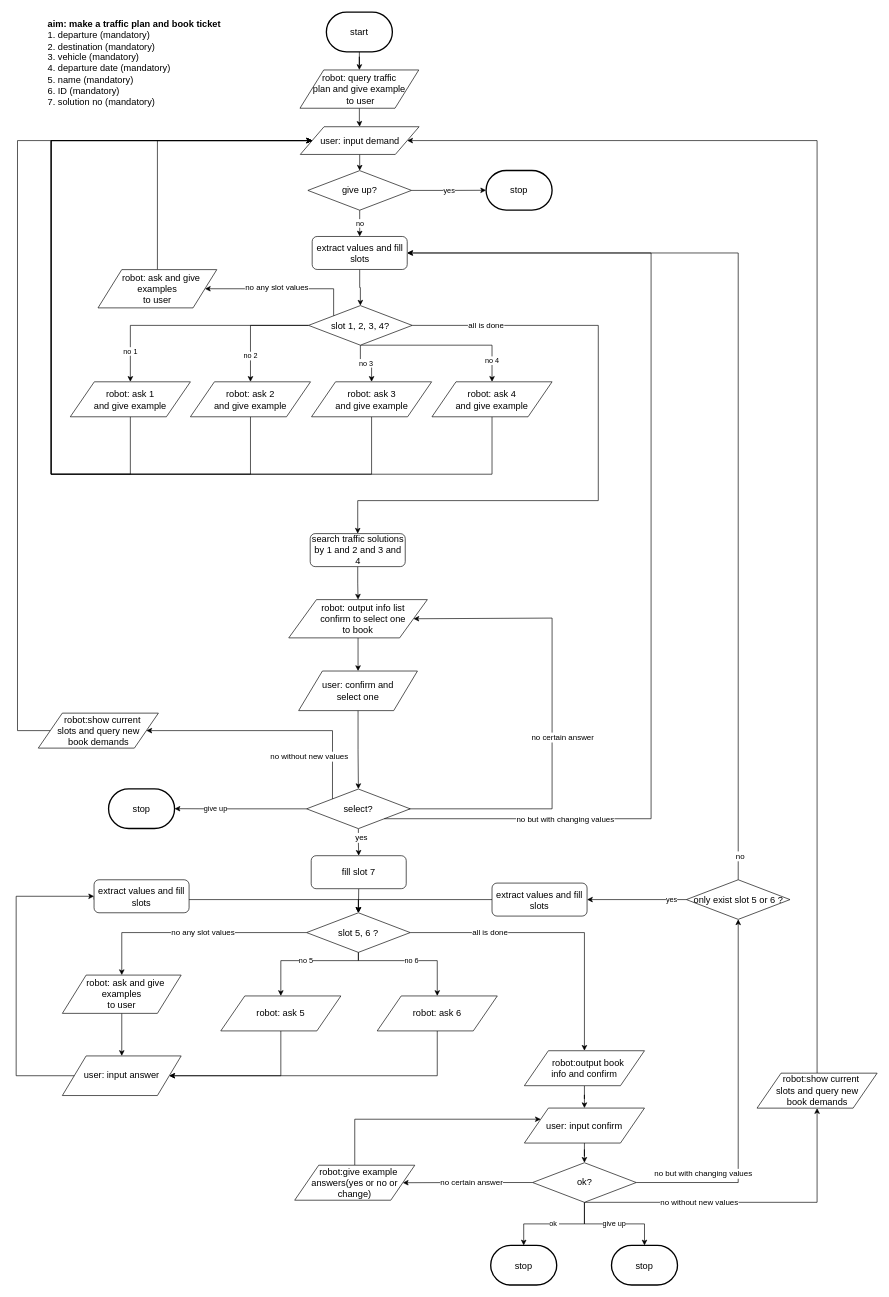
Earlier version of the draw.io diagram flow_diagram/book_plan.drawio (ricosr/travel_consult_chatbot). Source tidied: cells renumbered, new cells numbered last; positions are measured from the earlier drawing's top-left corner, leaving out a move shared by most shapes. Both pictures are drawn from the tidied source at 66%, with x=0, y=0 at pixel (16, 12).
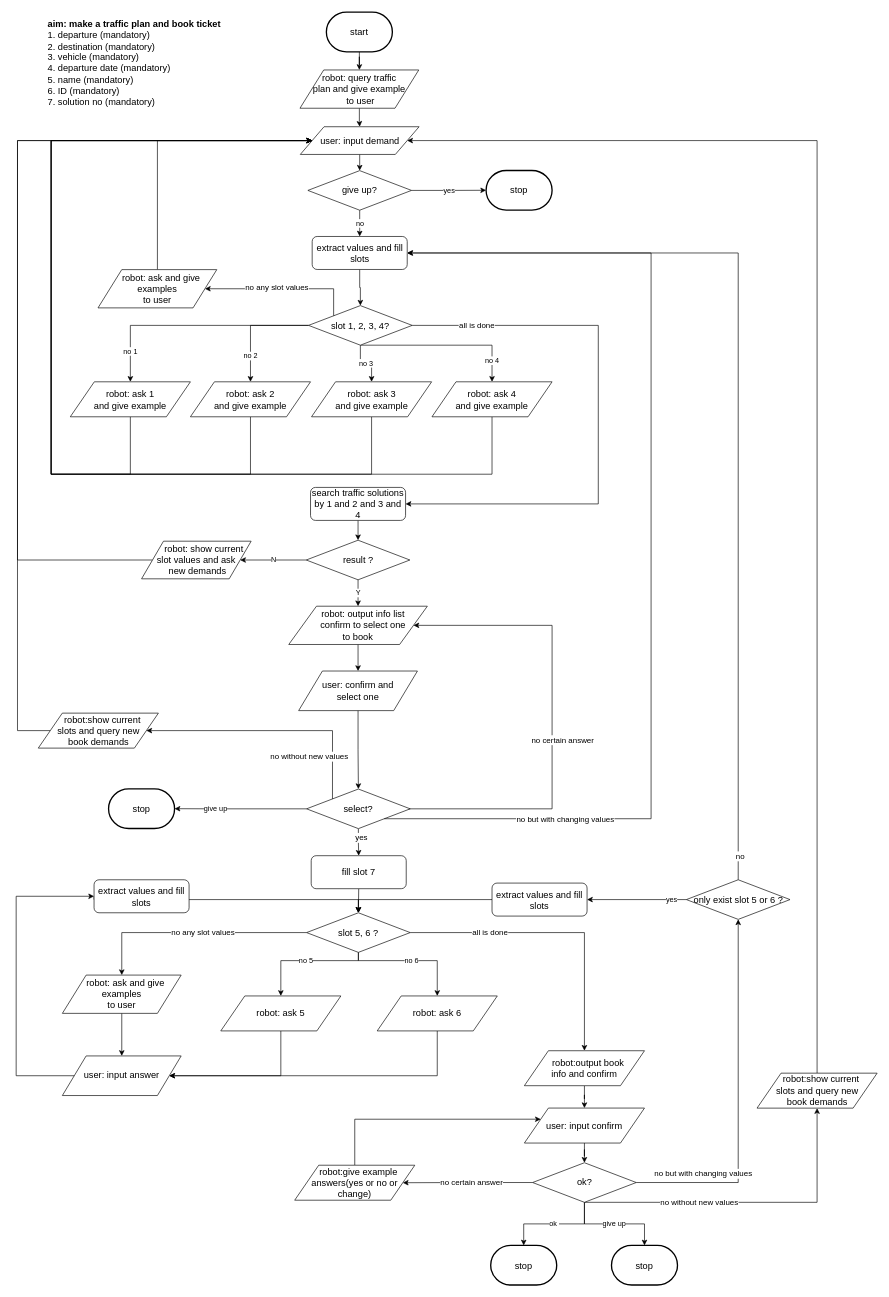
After the change.

The change refers to these unchanged cells:
```xml
<mxCell id="8" value="&lt;span style=&quot;font-size: 14px ; white-space: normal&quot;&gt;user: input demand&lt;/span&gt;" style="shape=parallelogram;perimeter=parallelogramPerimeter;whiteSpace=wrap;html=1;" parent="1" vertex="1">
  <mxGeometry x="430.5" y="173.5" width="180" height="42" as="geometry" />
</mxCell>
<mxCell id="17" value="&lt;font style=&quot;font-size: 14px&quot;&gt;slot 1, 2, 3, 4?&lt;br&gt;&lt;/font&gt;" style="rhombus;whiteSpace=wrap;html=1;" parent="1" vertex="1">
  <mxGeometry x="443" y="444.5" width="157" height="60" as="geometry" />
</mxCell>
<mxCell id="33" value="&lt;font style=&quot;font-size: 14px&quot;&gt;select?&lt;br&gt;&lt;/font&gt;" style="rhombus;whiteSpace=wrap;html=1;" parent="1" vertex="1">
  <mxGeometry x="440" y="1177" width="157" height="60" as="geometry" />
</mxCell>
```

The edit, as a diff of the source:
```diff
@@
-    <mxCell id="15" style="edgeStyle=orthogonalEdgeStyle;rounded=0;jettySize=auto;html=1;exitX=1;exitY=0.5;exitDx=0;exitDy=0;entryX=0.5;entryY=0;entryDx=0;entryDy=0;" parent="1" edge="1" source="17" target="84">
+    <mxCell id="15" style="edgeStyle=orthogonalEdgeStyle;rounded=0;jettySize=auto;html=1;exitX=1;exitY=0.5;exitDx=0;exitDy=0;entryX=1;entryY=0.5;entryDx=0;entryDy=0;" parent="1" edge="1" source="17" target="84">
       <mxGeometry relative="1" as="geometry">
         <Array as="points">
           <mxPoint x="882" y="475" />
-          <mxPoint x="882" y="740" />
-          <mxPoint x="518" y="740" />
+          <mxPoint x="882" y="745" />
         </Array>
       </mxGeometry>
     </mxCell>
@@
     <mxCell id="27" value="&lt;span style=&quot;font-size: 14px ; white-space: normal&quot;&gt;&amp;nbsp; &amp;nbsp; &amp;nbsp;robot:&amp;nbsp;&lt;/span&gt;&lt;span style=&quot;font-size: 14px&quot;&gt;output&amp;nbsp;info list&amp;nbsp;&lt;/span&gt;&lt;br style=&quot;font-size: 14px&quot;&gt;&lt;span style=&quot;font-size: 14px&quot;&gt;&amp;nbsp; &amp;nbsp; confirm to&lt;/span&gt;&lt;span style=&quot;font-size: 14px ; white-space: normal&quot;&gt;&amp;nbsp;select one&lt;br&gt;to book&lt;br&gt;&lt;/span&gt;" style="shape=parallelogram;perimeter=parallelogramPerimeter;whiteSpace=wrap;html=1;" parent="1" vertex="1">
-      <mxGeometry x="413" y="890" width="210" height="58" as="geometry" />
+      <mxGeometry x="413" y="900" width="210" height="58" as="geometry" />
     </mxCell>
@@
     <mxCell id="31" style="edgeStyle=orthogonalEdgeStyle;rounded=0;jettySize=auto;html=1;exitX=0.955;exitY=0.5;exitDx=0;exitDy=0;entryX=1;entryY=0.5;entryDx=0;entryDy=0;exitPerimeter=0;" parent="1" edge="1" source="33" target="27">
       <mxGeometry relative="1" as="geometry">
         <Array as="points">
           <mxPoint x="812" y="1207" />
-          <mxPoint x="812" y="918" />
+          <mxPoint x="812" y="929" />
         </Array>
       </mxGeometry>
     </mxCell>
@@
-    <mxCell id="83" style="edgeStyle=orthogonalEdgeStyle;rounded=0;jettySize=auto;html=1;exitX=0.5;exitY=1;exitDx=0;exitDy=0;entryX=0.5;entryY=0;entryDx=0;entryDy=0;" parent="1" edge="1" source="84" target="27">
-      <mxGeometry relative="1" as="geometry" />
-    </mxCell>
+    <mxCell id="97" style="edgeStyle=orthogonalEdgeStyle;rounded=0;jettySize=auto;html=1;exitX=0.5;exitY=1;exitDx=0;exitDy=0;entryX=0.5;entryY=0;entryDx=0;entryDy=0;" parent="1" edge="1" source="84" target="100">
+      <mxGeometry relative="1" as="geometry" />
+    </mxCell>
     <mxCell id="84" value="&lt;font style=&quot;font-size: 14px&quot;&gt;search traffic solutions by 1 and 2 and 3 and 4&lt;/font&gt;" style="rounded=1;whiteSpace=wrap;html=1;" parent="1" vertex="1">
-      <mxGeometry x="445.5" y="790" width="144" height="50" as="geometry" />
+      <mxGeometry x="446" y="720" width="144" height="50" as="geometry" />
     </mxCell>
@@
+    <mxCell id="98" value="Y" style="edgeStyle=orthogonalEdgeStyle;rounded=0;jettySize=auto;html=1;exitX=0.5;exitY=1;exitDx=0;exitDy=0;entryX=0.5;entryY=0;entryDx=0;entryDy=0;" parent="1" edge="1" source="100" target="27">
+      <mxGeometry relative="1" as="geometry" />
+    </mxCell>
+    <mxCell id="99" value="N" style="edgeStyle=orthogonalEdgeStyle;rounded=0;jettySize=auto;html=1;exitX=0;exitY=0.5;exitDx=0;exitDy=0;entryX=1;entryY=0.5;entryDx=0;entryDy=0;" parent="1" edge="1" source="100" target="102">
+      <mxGeometry relative="1" as="geometry" />
+    </mxCell>
+    <mxCell id="100" value="&lt;font&gt;&lt;font style=&quot;font-size: 14px&quot;&gt;result ?&lt;/font&gt;&lt;br&gt;&lt;/font&gt;" style="rhombus;whiteSpace=wrap;html=1;" parent="1" vertex="1">
+      <mxGeometry x="439.5" y="800" width="157" height="60" as="geometry" />
+    </mxCell>
+    <mxCell id="101" style="edgeStyle=orthogonalEdgeStyle;rounded=0;jettySize=auto;html=1;exitX=0;exitY=0.5;exitDx=0;exitDy=0;entryX=0;entryY=0.5;entryDx=0;entryDy=0;" parent="1" edge="1" source="102" target="8">
+      <mxGeometry relative="1" as="geometry">
+        <Array as="points">
+          <mxPoint x="2" y="830" />
+          <mxPoint x="2" y="195" />
+        </Array>
+      </mxGeometry>
+    </mxCell>
+    <mxCell id="102" value="&lt;font style=&quot;font-size: 14px&quot;&gt;&amp;nbsp; &amp;nbsp; &amp;nbsp; robot: show current &lt;br&gt;slot values and ask&lt;br&gt;&amp;nbsp;new demands&lt;br&gt;&lt;/font&gt;" style="shape=parallelogram;perimeter=parallelogramPerimeter;whiteSpace=wrap;html=1;" parent="1" vertex="1">
+      <mxGeometry x="190" y="801.5" width="166" height="57" as="geometry" />
+    </mxCell>
```
